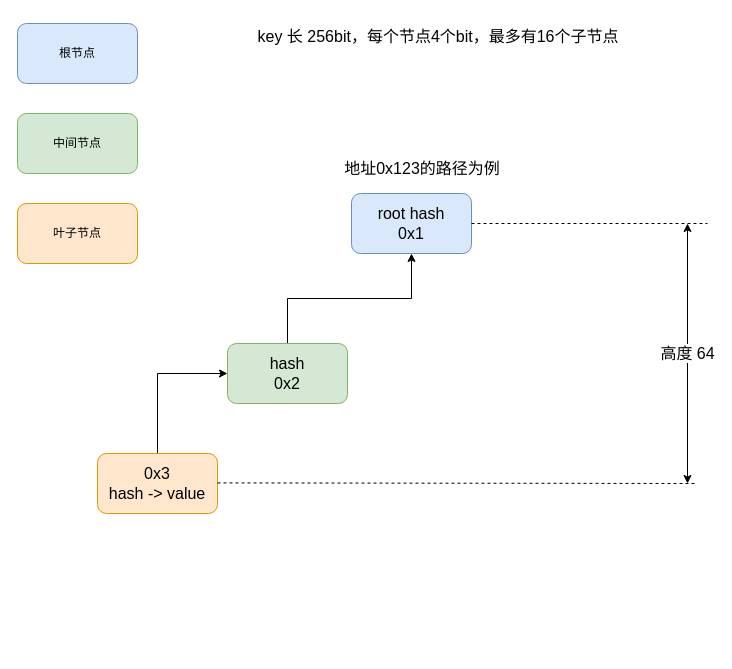
Earlier version of the draw.io diagram page "SMT" (2 of 7) of savedoc/drawio/starcoin.drawio (jackzhhuang/blog). Source tidied: cells renumbered, new cells numbered last; positions are measured from the earlier drawing's top-left corner, leaving out a move shared by most shapes. Both pictures are drawn from the tidied source at 100%, with x=0, y=0 at pixel (17, 17).
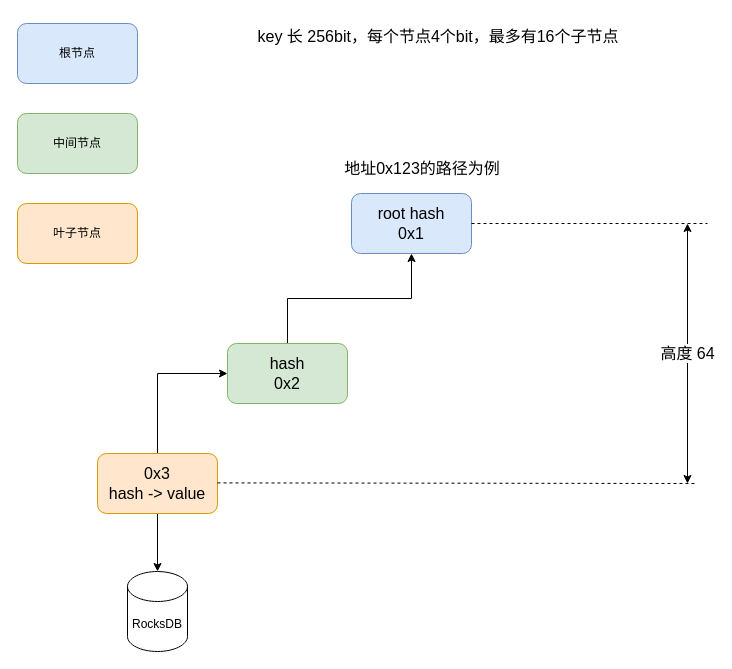
The same diagram, later.

Change to the diagram source:
```diff
@@
 <mxGraphModel>
   <root>
     <mxCell id="0" />
     <mxCell id="1" parent="0" />
     <mxCell id="2" style="edgeStyle=orthogonalEdgeStyle;rounded=0;jettySize=auto;html=1;fontSize=16;exitX=0.5;exitY=1;exitDx=0;exitDy=0;startArrow=classic;startFill=1;endArrow=none;endFill=0;" parent="1" edge="1" source="3" target="5">
       <mxGeometry relative="1" as="geometry" />
     </mxCell>
     <mxCell id="3" value="root hash&lt;br&gt;0x1" style="rounded=1;whiteSpace=wrap;html=1;fontSize=16;fillColor=#dae8fc;strokeColor=#6c8ebf;" parent="1" vertex="1">
       <mxGeometry x="334" y="176" width="120" height="60" as="geometry" />
     </mxCell>
     <mxCell id="4" style="edgeStyle=orthogonalEdgeStyle;rounded=0;jettySize=auto;html=1;fontSize=16;entryX=0.5;entryY=0;entryDx=0;entryDy=0;startArrow=classic;startFill=1;endArrow=none;endFill=0;" parent="1" edge="1" source="5" target="6">
       <mxGeometry relative="1" as="geometry" />
     </mxCell>
     <mxCell id="5" value="hash&lt;br&gt;0x2" style="rounded=1;whiteSpace=wrap;html=1;fontSize=16;fillColor=#d5e8d4;strokeColor=#82b366;" parent="1" vertex="1">
       <mxGeometry x="210" y="326" width="120" height="60" as="geometry" />
     </mxCell>
+    <mxCell id="15" style="edgeStyle=orthogonalEdgeStyle;rounded=0;jettySize=auto;html=1;" parent="1" edge="1" source="6" target="16">
+      <mxGeometry relative="1" as="geometry" />
+    </mxCell>
     <mxCell id="6" value="0x3&lt;br&gt;hash -&amp;gt; value" style="rounded=1;whiteSpace=wrap;html=1;fontSize=16;fillColor=#ffe6cc;strokeColor=#d79b00;" parent="1" vertex="1">
       <mxGeometry x="80" y="436" width="120" height="60" as="geometry" />
     </mxCell>
     <mxCell id="7" value="key 长 256bit，每个节点4个bit，最多有16个子节点" style="text;html=1;strokeColor=none;fillColor=none;align=center;verticalAlign=middle;whiteSpace=wrap;rounded=0;fontSize=16;" parent="1" vertex="1">
       <mxGeometry x="196" width="450" height="38" as="geometry" />
     </mxCell>
     <mxCell id="8" value="根节点" style="rounded=1;whiteSpace=wrap;html=1;fillColor=#dae8fc;strokeColor=#6c8ebf;" parent="1" vertex="1">
       <mxGeometry y="6" width="120" height="60" as="geometry" />
     </mxCell>
     <mxCell id="9" value="中间节点" style="rounded=1;whiteSpace=wrap;html=1;fillColor=#d5e8d4;strokeColor=#82b366;" parent="1" vertex="1">
       <mxGeometry y="96" width="120" height="60" as="geometry" />
     </mxCell>
     <mxCell id="10" value="叶子节点" style="rounded=1;whiteSpace=wrap;html=1;fillColor=#ffe6cc;strokeColor=#d79b00;" parent="1" vertex="1">
       <mxGeometry y="186" width="120" height="60" as="geometry" />
     </mxCell>
     <mxCell id="11" style="endArrow=none;html=1;rounded=0;fontSize=16;exitX=1;exitY=0.5;exitDx=0;exitDy=0;dashed=1;" parent="1" edge="1" source="3">
       <mxGeometry relative="1" as="geometry">
         <mxPoint x="690" y="206" as="targetPoint" />
       </mxGeometry>
     </mxCell>
     <mxCell id="12" style="endArrow=none;html=1;rounded=0;fontSize=16;exitX=1;exitY=0.5;exitDx=0;exitDy=0;dashed=1;" parent="1" edge="1">
       <mxGeometry relative="1" as="geometry">
         <mxPoint x="200" y="465.4" as="sourcePoint" />
         <mxPoint x="680" y="466" as="targetPoint" />
       </mxGeometry>
     </mxCell>
     <mxCell id="13" value="高度 64" style="endArrow=classic;startArrow=classic;html=1;rounded=0;fontSize=16;" parent="1" edge="1">
       <mxGeometry relative="1" as="geometry">
         <mxPoint x="670" y="466" as="sourcePoint" />
         <mxPoint x="670" y="206" as="targetPoint" />
       </mxGeometry>
     </mxCell>
     <mxCell id="14" value="地址0x123的路径为例" style="text;html=1;strokeColor=none;fillColor=none;align=center;verticalAlign=middle;whiteSpace=wrap;rounded=0;fontSize=16;" parent="1" vertex="1">
       <mxGeometry x="280" y="136" width="250" height="30" as="geometry" />
     </mxCell>
+    <mxCell id="16" value="RocksDB" style="shape=cylinder3;whiteSpace=wrap;html=1;boundedLbl=1;backgroundOutline=1;size=15;" parent="1" vertex="1">
+      <mxGeometry x="110" y="554" width="60" height="80" as="geometry" />
+    </mxCell>
   </root>
 </mxGraphModel>
```
